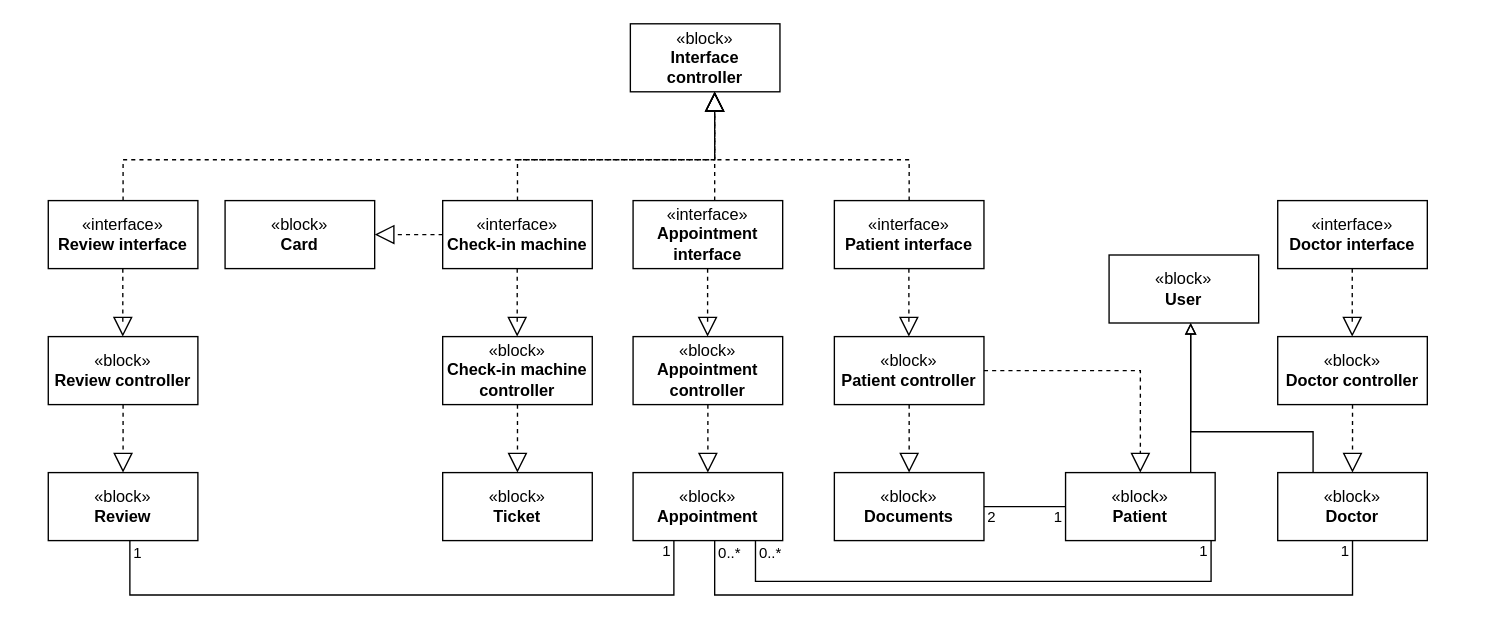
Earlier version of the draw.io diagram Diagrams/Logical View/Logical View.drawio (RafaelCMira/myclinic-msp-project). Source tidied: cells renumbered, new cells numbered last; positions are measured from the earlier drawing's top-left corner, leaving out a move shared by most shapes. Both pictures are drawn from the tidied source at 136%, with x=0, y=0 at pixel (48, 23).
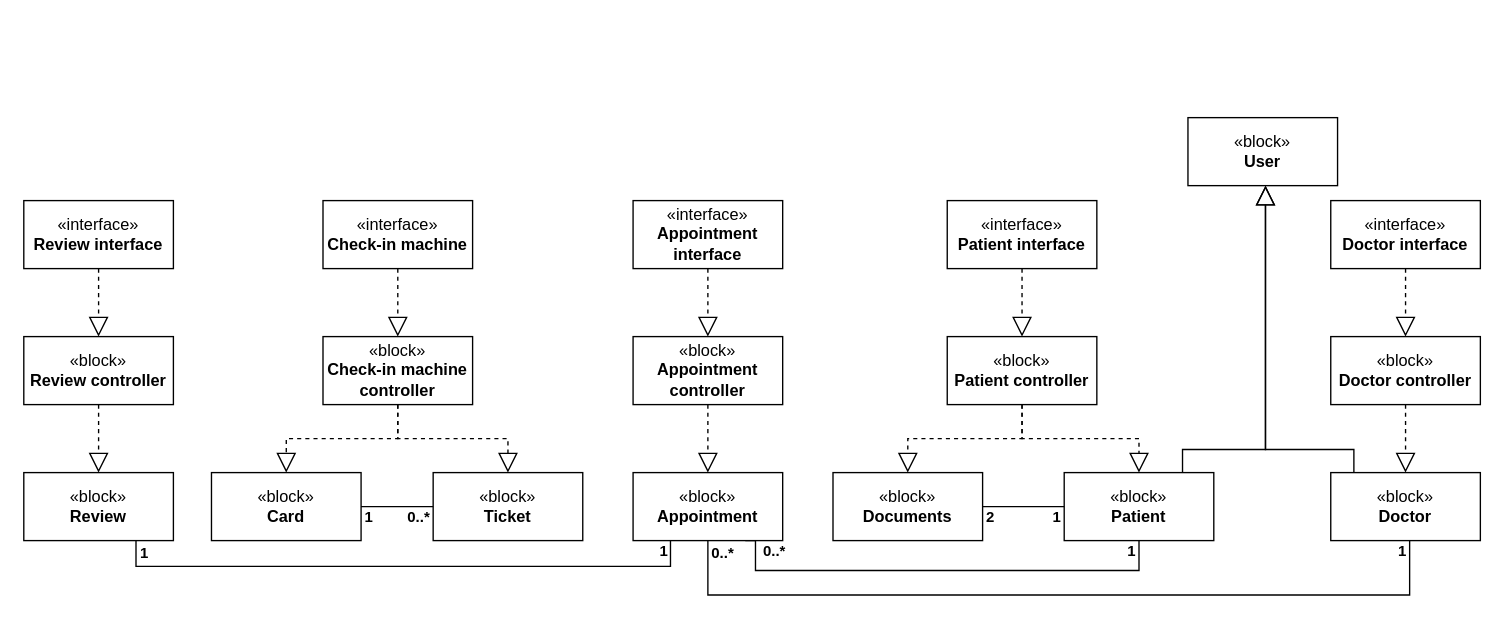
Above is the later version.

The change refers to these unchanged cells:
```xml
<mxCell id="9" style="endArrow=none;html=1;endSize=12;startArrow=none;startSize=14;startFill=0;edgeStyle=orthogonalEdgeStyle;rounded=0;endFill=0;" parent="1" edge="1" source="4" target="7">
  <mxGeometry y="40" relative="1" as="geometry" />
</mxCell>
<mxCell id="12" value="«block»&lt;br&gt;&lt;b&gt;Appointment controller&lt;/b&gt;" style="html=1;whiteSpace=wrap;" parent="1" vertex="1">
  <mxGeometry x="430" y="230" width="110" height="50" as="geometry" />
</mxCell>
<mxCell id="13" value="«interface»&lt;br&gt;&lt;b&gt;Appointment interface&lt;/b&gt;" style="html=1;whiteSpace=wrap;" parent="1" vertex="1">
  <mxGeometry x="430" y="130" width="110" height="50" as="geometry" />
</mxCell>
<mxCell id="14" value="«block»&lt;br&gt;&lt;b&gt;Appointment&lt;/b&gt;" style="html=1;whiteSpace=wrap;" parent="1" vertex="1">
  <mxGeometry x="430" y="330" width="110" height="50" as="geometry" />
</mxCell>
```

Change to the diagram source:
```diff
@@
     <mxCell id="2" value="«block»&lt;br&gt;&lt;b&gt;Patient controller&lt;/b&gt;" style="html=1;whiteSpace=wrap;" parent="1" vertex="1">
-      <mxGeometry x="578" y="230" width="110" height="50" as="geometry" />
+      <mxGeometry x="661" y="230" width="110" height="50" as="geometry" />
     </mxCell>
     <mxCell id="3" value="«interface»&lt;br&gt;&lt;b&gt;Patient interface&lt;/b&gt;" style="html=1;whiteSpace=wrap;" parent="1" vertex="1">
-      <mxGeometry x="578" y="130" width="110" height="50" as="geometry" />
+      <mxGeometry x="661" y="130" width="110" height="50" as="geometry" />
     </mxCell>
     <mxCell id="4" value="«block»&lt;br&gt;&lt;b&gt;Documents&lt;/b&gt;" style="html=1;whiteSpace=wrap;" parent="1" vertex="1">
-      <mxGeometry x="578" y="330" width="110" height="50" as="geometry" />
+      <mxGeometry x="577" y="330" width="110" height="50" as="geometry" />
     </mxCell>
-    <mxCell id="5" style="endArrow=block;dashed=1;endFill=0;endSize=12;html=1;rounded=0;edgeStyle=orthogonalEdgeStyle;" parent="1" edge="1">
-      <mxGeometry relative="1" as="geometry">
-        <mxPoint x="632.8" y="180" as="sourcePoint" />
-        <mxPoint x="632.8" y="230" as="targetPoint" />
-        <Array as="points">
-          <mxPoint x="632.7" y="220" />
-          <mxPoint x="632.7" y="220" />
-        </Array>
-      </mxGeometry>
+    <mxCell id="5" style="endArrow=block;dashed=1;endFill=0;endSize=12;html=1;rounded=0;edgeStyle=orthogonalEdgeStyle;" parent="1" edge="1" source="3" target="2">
+      <mxGeometry relative="1" as="geometry" />
     </mxCell>
@@
     <mxCell id="7" value="«block»&lt;br&gt;&lt;b&gt;Patient&lt;/b&gt;" style="html=1;whiteSpace=wrap;" parent="1" vertex="1">
-      <mxGeometry x="748" y="330" width="110" height="50" as="geometry" />
+      <mxGeometry x="747" y="330" width="110" height="50" as="geometry" />
     </mxCell>
@@
-    <mxCell id="10" value="2" style="edgeLabel;html=1;align=left;verticalAlign=top;" parent="9" vertex="1">
+    <mxCell id="10" value="&lt;b&gt;2&lt;/b&gt;" style="edgeLabel;html=1;align=left;verticalAlign=top;" parent="9" vertex="1">
       <mxGeometry x="-1" relative="1" as="geometry">
         <mxPoint x="1" y="-5" as="offset" />
       </mxGeometry>
     </mxCell>
-    <mxCell id="11" value="1" style="edgeLabel;html=1;align=right;verticalAlign=top;" parent="9" vertex="1">
+    <mxCell id="11" value="&lt;b&gt;1&lt;/b&gt;" style="edgeLabel;html=1;align=right;verticalAlign=top;" parent="9" vertex="1">
       <mxGeometry x="1" relative="1" as="geometry">
         <mxPoint x="-2" y="-5" as="offset" />
       </mxGeometry>
     </mxCell>
@@
-    <mxCell id="15" style="endArrow=block;dashed=1;endFill=0;endSize=12;html=1;rounded=0;edgeStyle=orthogonalEdgeStyle;" parent="1" edge="1">
-      <mxGeometry relative="1" as="geometry">
-        <mxPoint x="484.8" y="180" as="sourcePoint" />
-        <mxPoint x="484.8" y="230" as="targetPoint" />
-        <Array as="points">
-          <mxPoint x="484.7" y="220" />
-          <mxPoint x="484.7" y="220" />
-        </Array>
-      </mxGeometry>
+    <mxCell id="15" style="endArrow=block;dashed=1;endFill=0;endSize=12;html=1;rounded=0;edgeStyle=orthogonalEdgeStyle;" parent="1" edge="1" source="13" target="12">
+      <mxGeometry relative="1" as="geometry" />
     </mxCell>
@@
-    <mxCell id="17" style="endArrow=none;html=1;endSize=12;startArrow=none;startSize=14;startFill=0;edgeStyle=orthogonalEdgeStyle;rounded=0;endFill=0;" parent="1" edge="1" source="14" target="7">
+    <mxCell id="17" style="endArrow=none;html=1;endSize=12;startArrow=none;startSize=14;startFill=0;edgeStyle=orthogonalEdgeStyle;rounded=0;endFill=0;exitX=0.75;exitY=1;exitDx=0;exitDy=0;" parent="1" edge="1" source="14" target="7">
       <mxGeometry y="40" relative="1" as="geometry">
         <Array as="points">
-          <mxPoint x="520" y="410" />
-          <mxPoint x="855" y="410" />
+          <mxPoint x="520" y="380" />
+          <mxPoint x="520" y="402" />
+          <mxPoint x="802" y="402" />
         </Array>
       </mxGeometry>
     </mxCell>
-    <mxCell id="18" value="0..*" style="edgeLabel;html=1;align=left;verticalAlign=top;" parent="17" vertex="1">
+    <mxCell id="18" value="&lt;b&gt;0..*&lt;/b&gt;" style="edgeLabel;html=1;align=left;verticalAlign=top;" parent="17" vertex="1">
       <mxGeometry x="-1" relative="1" as="geometry">
-        <mxPoint x="1" y="-4" as="offset" />
+        <mxPoint x="11" y="-5" as="offset" />
       </mxGeometry>
     </mxCell>
-    <mxCell id="19" value="1" style="edgeLabel;html=1;align=right;verticalAlign=top;" parent="17" vertex="1">
+    <mxCell id="19" value="&lt;b&gt;1&lt;/b&gt;" style="edgeLabel;html=1;align=right;verticalAlign=top;" parent="17" vertex="1">
       <mxGeometry x="1" relative="1" as="geometry">
         <mxPoint x="-2" y="-5" as="offset" />
       </mxGeometry>
     </mxCell>
     <mxCell id="20" value="«block»&lt;br&gt;&lt;b&gt;Check-in machine controller&lt;/b&gt;" style="html=1;whiteSpace=wrap;" parent="1" vertex="1">
-      <mxGeometry x="290" y="230" width="110" height="50" as="geometry" />
+      <mxGeometry x="202" y="230" width="110" height="50" as="geometry" />
     </mxCell>
     <mxCell id="21" value="«interface»&lt;br&gt;&lt;b&gt;Check-in machine&lt;/b&gt;" style="html=1;whiteSpace=wrap;" parent="1" vertex="1">
-      <mxGeometry x="290" y="130" width="110" height="50" as="geometry" />
+      <mxGeometry x="202" y="130" width="110" height="50" as="geometry" />
     </mxCell>
     <mxCell id="22" value="«block»&lt;br&gt;&lt;b&gt;Ticket&lt;/b&gt;" style="html=1;whiteSpace=wrap;" parent="1" vertex="1">
-      <mxGeometry x="290" y="330" width="110" height="50" as="geometry" />
+      <mxGeometry x="283" y="330" width="110" height="50" as="geometry" />
     </mxCell>
-    <mxCell id="23" style="endArrow=block;dashed=1;endFill=0;endSize=12;html=1;rounded=0;edgeStyle=orthogonalEdgeStyle;" parent="1" edge="1">
-      <mxGeometry relative="1" as="geometry">
-        <mxPoint x="344.8" y="180" as="sourcePoint" />
-        <mxPoint x="344.8" y="230" as="targetPoint" />
-        <Array as="points">
-          <mxPoint x="344.7" y="220" />
-          <mxPoint x="344.7" y="220" />
-        </Array>
-      </mxGeometry>
+    <mxCell id="23" style="endArrow=block;dashed=1;endFill=0;endSize=12;html=1;rounded=0;edgeStyle=orthogonalEdgeStyle;" parent="1" edge="1" source="21" target="20">
+      <mxGeometry relative="1" as="geometry" />
     </mxCell>
@@
     <mxCell id="25" value="«block»&lt;br&gt;&lt;b&gt;Card&lt;/b&gt;" style="html=1;whiteSpace=wrap;" parent="1" vertex="1">
-      <mxGeometry x="130" y="130" width="110" height="50" as="geometry" />
+      <mxGeometry x="120" y="330" width="110" height="50" as="geometry" />
     </mxCell>
-    <mxCell id="26" style="endArrow=block;dashed=1;endFill=0;endSize=12;html=1;rounded=0;edgeStyle=orthogonalEdgeStyle;" parent="1" edge="1" source="21" target="25">
-      <mxGeometry relative="1" as="geometry" />
-    </mxCell>
-    <mxCell id="27" value="«block»&lt;br&gt;&lt;b&gt;Interface controller&lt;/b&gt;" style="html=1;whiteSpace=wrap;" parent="1" vertex="1">
-      <mxGeometry x="428" width="110" height="50" as="geometry" />
-    </mxCell>
-    <mxCell id="28" style="endArrow=block;dashed=1;endFill=0;endSize=12;html=1;rounded=0;edgeStyle=orthogonalEdgeStyle;" parent="1" edge="1" source="21" target="27">
-      <mxGeometry relative="1" as="geometry">
-        <Array as="points">
-          <mxPoint x="345" y="100" />
-          <mxPoint x="490" y="100" />
-        </Array>
-      </mxGeometry>
-    </mxCell>
-    <mxCell id="29" style="endArrow=block;dashed=1;endFill=0;endSize=12;html=1;rounded=0;edgeStyle=orthogonalEdgeStyle;" parent="1" edge="1" source="13" target="27">
-      <mxGeometry relative="1" as="geometry">
-        <Array as="points">
-          <mxPoint x="490" y="110" />
-          <mxPoint x="490" y="110" />
-        </Array>
-      </mxGeometry>
-    </mxCell>
-    <mxCell id="30" style="endArrow=block;dashed=1;endFill=0;endSize=12;html=1;rounded=0;edgeStyle=orthogonalEdgeStyle;" parent="1" edge="1" source="3" target="27">
-      <mxGeometry relative="1" as="geometry">
-        <Array as="points">
-          <mxPoint x="633" y="100" />
-          <mxPoint x="490" y="100" />
-        </Array>
-      </mxGeometry>
-    </mxCell>
     <mxCell id="31" value="«block»&lt;br&gt;&lt;b&gt;Review controller&lt;/b&gt;" style="html=1;whiteSpace=wrap;" parent="1" vertex="1">
-      <mxGeometry y="230" width="110" height="50" as="geometry" />
+      <mxGeometry x="-18" y="230" width="110" height="50" as="geometry" />
     </mxCell>
     <mxCell id="32" value="«interface»&lt;br&gt;&lt;b&gt;Review interface&lt;/b&gt;" style="html=1;whiteSpace=wrap;" parent="1" vertex="1">
-      <mxGeometry y="130" width="110" height="50" as="geometry" />
+      <mxGeometry x="-18" y="130" width="110" height="50" as="geometry" />
     </mxCell>
     <mxCell id="33" value="«block»&lt;br&gt;&lt;b&gt;Review&lt;/b&gt;" style="html=1;whiteSpace=wrap;" parent="1" vertex="1">
-      <mxGeometry y="330" width="110" height="50" as="geometry" />
+      <mxGeometry x="-18" y="330" width="110" height="50" as="geometry" />
     </mxCell>
-    <mxCell id="34" style="endArrow=block;dashed=1;endFill=0;endSize=12;html=1;rounded=0;edgeStyle=orthogonalEdgeStyle;" parent="1" edge="1">
-      <mxGeometry relative="1" as="geometry">
-        <mxPoint x="54.8" y="180" as="sourcePoint" />
-        <mxPoint x="54.8" y="230" as="targetPoint" />
-        <Array as="points">
-          <mxPoint x="54.7" y="220" />
-          <mxPoint x="54.7" y="220" />
-        </Array>
-      </mxGeometry>
+    <mxCell id="34" style="endArrow=block;dashed=1;endFill=0;endSize=12;html=1;rounded=0;edgeStyle=orthogonalEdgeStyle;" parent="1" edge="1" source="32" target="31">
+      <mxGeometry relative="1" as="geometry" />
     </mxCell>
@@
-    <mxCell id="36" style="endArrow=block;dashed=1;endFill=0;endSize=12;html=1;rounded=0;edgeStyle=orthogonalEdgeStyle;" parent="1" edge="1" source="32" target="27">
-      <mxGeometry relative="1" as="geometry">
-        <Array as="points">
-          <mxPoint x="55" y="100" />
-          <mxPoint x="490" y="100" />
-        </Array>
-      </mxGeometry>
-    </mxCell>
-    <mxCell id="37" style="endArrow=none;html=1;endSize=12;startArrow=none;startSize=14;startFill=0;edgeStyle=orthogonalEdgeStyle;rounded=0;endFill=0;" parent="1" edge="1" source="33" target="14">
+    <mxCell id="37" style="endArrow=none;html=1;endSize=12;startArrow=none;startSize=14;startFill=0;edgeStyle=orthogonalEdgeStyle;rounded=0;endFill=0;entryX=0.25;entryY=1;entryDx=0;entryDy=0;exitX=0.75;exitY=1;exitDx=0;exitDy=0;" parent="1" edge="1" source="33" target="14">
       <mxGeometry y="40" relative="1" as="geometry">
         <Array as="points">
-          <mxPoint x="60" y="420" />
-          <mxPoint x="460" y="420" />
+          <mxPoint x="65" y="399" />
+          <mxPoint x="458" y="399" />
         </Array>
       </mxGeometry>
     </mxCell>
-    <mxCell id="38" value="1" style="edgeLabel;html=1;align=left;verticalAlign=top;" parent="37" vertex="1">
+    <mxCell id="38" value="&lt;b&gt;1&lt;/b&gt;" style="edgeLabel;html=1;align=left;verticalAlign=top;" parent="37" vertex="1">
       <mxGeometry x="-1" relative="1" as="geometry">
         <mxPoint x="1" y="-4" as="offset" />
       </mxGeometry>
     </mxCell>
-    <mxCell id="39" value="1" style="edgeLabel;html=1;align=right;verticalAlign=top;" parent="37" vertex="1">
+    <mxCell id="39" value="&lt;b&gt;1&lt;/b&gt;" style="edgeLabel;html=1;align=right;verticalAlign=top;" parent="37" vertex="1">
       <mxGeometry x="1" relative="1" as="geometry">
         <mxPoint x="-2" y="-5" as="offset" />
       </mxGeometry>
     </mxCell>
     <mxCell id="40" value="«block»&lt;br&gt;&lt;b&gt;Doctor&lt;/b&gt;" style="html=1;whiteSpace=wrap;" parent="1" vertex="1">
-      <mxGeometry x="904" y="330" width="110" height="50" as="geometry" />
+      <mxGeometry x="943" y="330" width="110" height="50" as="geometry" />
     </mxCell>
     <mxCell id="41" value="«block»&lt;br&gt;&lt;b&gt;User&lt;/b&gt;" style="html=1;whiteSpace=wrap;" parent="1" vertex="1">
-      <mxGeometry x="780" y="170" width="110" height="50" as="geometry" />
+      <mxGeometry x="838" y="69" width="110" height="50" as="geometry" />
     </mxCell>
-    <mxCell id="42" style="endArrow=none;endFill=0;endSize=12;html=1;rounded=0;edgeStyle=orthogonalEdgeStyle;startArrow=block;startFill=0;" parent="1" edge="1" source="41" target="40">
-      <mxGeometry relative="1" as="geometry">
-        <Array as="points">
-          <mxPoint x="840" y="300" />
-          <mxPoint x="930" y="300" />
-        </Array>
-      </mxGeometry>
-    </mxCell>
-    <mxCell id="43" style="endArrow=none;endFill=0;endSize=12;html=1;rounded=0;edgeStyle=orthogonalEdgeStyle;startArrow=block;startFill=0;" parent="1" edge="1" source="41" target="7">
-      <mxGeometry relative="1" as="geometry">
-        <Array as="points">
-          <mxPoint x="840" y="280" />
-          <mxPoint x="840" y="280" />
-        </Array>
-      </mxGeometry>
-    </mxCell>
-    <mxCell id="44" style="endArrow=none;html=1;endSize=12;startArrow=none;startSize=14;startFill=0;edgeStyle=orthogonalEdgeStyle;rounded=0;endFill=0;" parent="1" edge="1" source="14" target="40">
+    <mxCell id="44" style="endArrow=none;html=1;endSize=12;startArrow=none;startSize=14;startFill=0;edgeStyle=orthogonalEdgeStyle;rounded=0;endFill=0;exitX=0.5;exitY=1;exitDx=0;exitDy=0;" parent="1" edge="1" source="14" target="40">
       <mxGeometry y="40" relative="1" as="geometry">
         <Array as="points">
-          <mxPoint x="490" y="420" />
-          <mxPoint x="959" y="420" />
+          <mxPoint x="485" y="420" />
+          <mxPoint x="1001" y="420" />
         </Array>
       </mxGeometry>
     </mxCell>
-    <mxCell id="45" value="0..*" style="edgeLabel;html=1;align=left;verticalAlign=top;" parent="44" vertex="1">
+    <mxCell id="45" value="&lt;b&gt;0..*&lt;/b&gt;" style="edgeLabel;html=1;align=left;verticalAlign=top;" parent="44" vertex="1">
       <mxGeometry x="-1" relative="1" as="geometry">
         <mxPoint x="1" y="-4" as="offset" />
       </mxGeometry>
     </mxCell>
-    <mxCell id="46" value="1" style="edgeLabel;html=1;align=right;verticalAlign=top;" parent="44" vertex="1">
+    <mxCell id="46" value="&lt;b&gt;1&lt;/b&gt;" style="edgeLabel;html=1;align=right;verticalAlign=top;" parent="44" vertex="1">
       <mxGeometry x="1" relative="1" as="geometry">
         <mxPoint x="-2" y="-5" as="offset" />
       </mxGeometry>
     </mxCell>
     <mxCell id="47" value="«block»&lt;br&gt;&lt;b&gt;Doctor controller&lt;/b&gt;" style="html=1;whiteSpace=wrap;" parent="1" vertex="1">
-      <mxGeometry x="904" y="230" width="110" height="50" as="geometry" />
+      <mxGeometry x="943" y="230" width="110" height="50" as="geometry" />
     </mxCell>
     <mxCell id="48" value="«interface»&lt;br&gt;&lt;b&gt;Doctor interface&lt;/b&gt;" style="html=1;whiteSpace=wrap;" parent="1" vertex="1">
-      <mxGeometry x="904" y="130" width="110" height="50" as="geometry" />
+      <mxGeometry x="943" y="130" width="110" height="50" as="geometry" />
     </mxCell>
-    <mxCell id="49" style="endArrow=block;dashed=1;endFill=0;endSize=12;html=1;rounded=0;edgeStyle=orthogonalEdgeStyle;" parent="1" edge="1">
-      <mxGeometry relative="1" as="geometry">
-        <mxPoint x="958.8" y="180" as="sourcePoint" />
-        <mxPoint x="958.8" y="230" as="targetPoint" />
-        <Array as="points">
-          <mxPoint x="958.7" y="220" />
-          <mxPoint x="958.7" y="220" />
-        </Array>
-      </mxGeometry>
+    <mxCell id="49" style="endArrow=block;dashed=1;endFill=0;endSize=12;html=1;rounded=0;edgeStyle=orthogonalEdgeStyle;" parent="1" edge="1" source="48" target="47">
+      <mxGeometry relative="1" as="geometry" />
     </mxCell>
@@
+    <mxCell id="51" style="endArrow=block;endFill=0;endSize=12;html=1;rounded=0;edgeStyle=orthogonalEdgeStyle;" parent="1" edge="1" source="7" target="41">
+      <mxGeometry relative="1" as="geometry">
+        <Array as="points">
+          <mxPoint x="834" y="313" />
+          <mxPoint x="895" y="313" />
+        </Array>
+      </mxGeometry>
+    </mxCell>
+    <mxCell id="52" style="endArrow=block;endFill=0;endSize=12;html=1;rounded=0;edgeStyle=orthogonalEdgeStyle;" parent="1" edge="1" source="40" target="41">
+      <mxGeometry relative="1" as="geometry">
+        <Array as="points">
+          <mxPoint x="960" y="313" />
+          <mxPoint x="895" y="313" />
+        </Array>
+      </mxGeometry>
+    </mxCell>
+    <mxCell id="53" style="endArrow=block;dashed=1;endFill=0;endSize=12;html=1;rounded=0;edgeStyle=orthogonalEdgeStyle;exitX=0.5;exitY=1;exitDx=0;exitDy=0;entryX=0.5;entryY=0;entryDx=0;entryDy=0;" parent="1" edge="1" source="20" target="25">
+      <mxGeometry relative="1" as="geometry" />
+    </mxCell>
+    <mxCell id="54" style="endArrow=none;html=1;endSize=12;startArrow=none;startSize=14;startFill=0;edgeStyle=orthogonalEdgeStyle;rounded=0;endFill=0;" parent="1" edge="1" source="25" target="22">
+      <mxGeometry y="40" relative="1" as="geometry" />
+    </mxCell>
+    <mxCell id="55" value="&lt;b&gt;1&lt;/b&gt;" style="edgeLabel;html=1;align=left;verticalAlign=top;" parent="54" vertex="1">
+      <mxGeometry x="-1" relative="1" as="geometry">
+        <mxPoint x="1" y="-5" as="offset" />
+      </mxGeometry>
+    </mxCell>
+    <mxCell id="56" value="&lt;b&gt;0..*&lt;/b&gt;" style="edgeLabel;html=1;align=right;verticalAlign=top;" parent="54" vertex="1">
+      <mxGeometry x="1" relative="1" as="geometry">
+        <mxPoint x="-2" y="-5" as="offset" />
+      </mxGeometry>
+    </mxCell>
```
